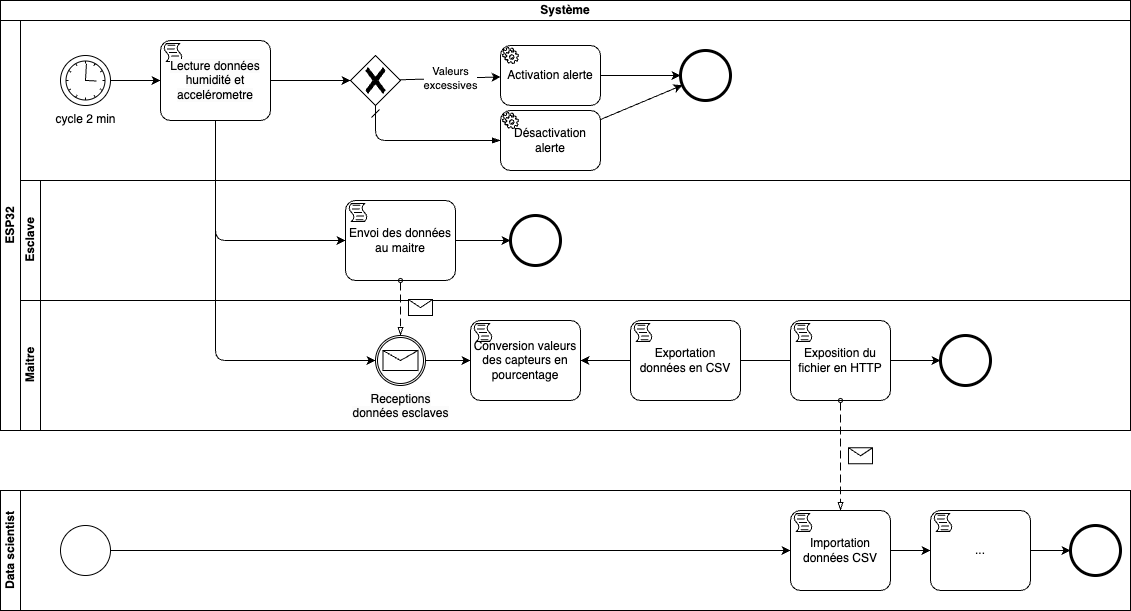
Earlier version of the draw.io export docs/bpmn.png (Nicolas-Delahaie/ynov-hackathon). Source tidied: cells renumbered, new cells last; positions are measured from the earlier drawing's top-left corner, leaving out a move shared by most shapes. Its diagram source:
```xml
<mxGraphModel>
  <root>
    <mxCell id="0" />
    <mxCell id="1" parent="0" />
    <mxCell id="2" value="Système" style="swimlane;html=1;horizontal=1;startSize=20;whiteSpace=wrap;" parent="1" vertex="1">
      <mxGeometry width="1130" height="430" as="geometry" />
    </mxCell>
    <mxCell id="3" value="ESP32" style="swimlane;startSize=20;horizontal=0;html=1;whiteSpace=wrap;" parent="2" vertex="1">
      <mxGeometry y="20" width="1130" height="410" as="geometry" />
    </mxCell>
    <mxCell id="4" value="Maitre" style="swimlane;html=1;startSize=20;horizontal=0;" parent="3" vertex="1">
      <mxGeometry x="20" y="280" width="1110" height="130" as="geometry" />
    </mxCell>
    <mxCell id="5" style="edgeStyle=none;html=1;startArrow=none;" parent="4" edge="1" source="15">
      <mxGeometry relative="1" as="geometry">
        <mxPoint x="656" y="60" as="targetPoint" />
      </mxGeometry>
    </mxCell>
    <mxCell id="6" style="edgeStyle=none;html=1;" parent="4" edge="1" source="9" target="10">
      <mxGeometry relative="1" as="geometry" />
    </mxCell>
    <mxCell id="7" style="points=[[0.145,0.145,0],[0.5,0,0],[0.855,0.145,0],[1,0.5,0],[0.855,0.855,0],[0.5,1,0],[0.145,0.855,0],[0,0.5,0]];shape=mxgraph.bpmn.event;html=1;verticalLabelPosition=bottom;labelBackgroundColor=#ffffff;verticalAlign=top;align=center;perimeter=ellipsePerimeter;outlineConnect=0;outline=end;symbol=terminate2;" parent="4" vertex="1">
      <mxGeometry x="920" y="35" width="50" height="50" as="geometry" />
    </mxCell>
    <mxCell id="8" style="edgeStyle=none;html=1;startArrow=none;" parent="4" edge="1" source="12" target="7">
      <mxGeometry relative="1" as="geometry" />
    </mxCell>
    <mxCell id="9" value="&lt;span style=&quot;background-color: rgb(251, 251, 251);&quot;&gt;Receptions &lt;br&gt;données esclaves&lt;/span&gt;" style="points=[[0.145,0.145,0],[0.5,0,0],[0.855,0.145,0],[1,0.5,0],[0.855,0.855,0],[0.5,1,0],[0.145,0.855,0],[0,0.5,0]];shape=mxgraph.bpmn.event;html=1;verticalLabelPosition=bottom;labelBackgroundColor=#ffffff;verticalAlign=top;align=center;perimeter=ellipsePerimeter;outlineConnect=0;outline=catching;symbol=message;" parent="4" vertex="1">
      <mxGeometry x="355" y="35" width="50" height="50" as="geometry" />
    </mxCell>
    <mxCell id="10" value="Conversion valeurs des capteurs en pourcentage" style="points=[[0.25,0,0],[0.5,0,0],[0.75,0,0],[1,0.25,0],[1,0.5,0],[1,0.75,0],[0.75,1,0],[0.5,1,0],[0.25,1,0],[0,0.75,0],[0,0.5,0],[0,0.25,0]];shape=mxgraph.bpmn.task;whiteSpace=wrap;rectStyle=rounded;size=10;html=1;taskMarker=script;" parent="4" vertex="1">
      <mxGeometry x="450" y="20" width="110" height="80" as="geometry" />
    </mxCell>
    <mxCell id="11" style="edgeStyle=none;html=1;" parent="4" edge="1" source="15" target="10">
      <mxGeometry relative="1" as="geometry" />
    </mxCell>
    <mxCell id="12" value="Exposition du fichier en HTTP" style="points=[[0.25,0,0],[0.5,0,0],[0.75,0,0],[1,0.25,0],[1,0.5,0],[1,0.75,0],[0.75,1,0],[0.5,1,0],[0.25,1,0],[0,0.75,0],[0,0.5,0],[0,0.25,0]];shape=mxgraph.bpmn.task;whiteSpace=wrap;rectStyle=rounded;size=10;html=1;taskMarker=script;" parent="4" vertex="1">
      <mxGeometry x="770" y="20" width="100" height="80" as="geometry" />
    </mxCell>
    <mxCell id="13" style="edgeStyle=none;html=1;endArrow=none;" parent="4" edge="1" source="15" target="12">
      <mxGeometry relative="1" as="geometry" />
    </mxCell>
    <mxCell id="14" style="edgeStyle=none;html=1;endArrow=none;" parent="4" edge="1" source="10" target="15">
      <mxGeometry relative="1" as="geometry" />
    </mxCell>
    <mxCell id="15" value="Exportation données en CSV" style="points=[[0.25,0,0],[0.5,0,0],[0.75,0,0],[1,0.25,0],[1,0.5,0],[1,0.75,0],[0.75,1,0],[0.5,1,0],[0.25,1,0],[0,0.75,0],[0,0.5,0],[0,0.25,0]];shape=mxgraph.bpmn.task;whiteSpace=wrap;rectStyle=rounded;size=10;html=1;taskMarker=script;" parent="4" vertex="1">
      <mxGeometry x="610" y="20" width="110" height="80" as="geometry" />
    </mxCell>
    <mxCell id="16" value="Esclave" style="swimlane;html=1;startSize=20;horizontal=0;" parent="3" vertex="1">
      <mxGeometry x="20" y="160" width="1110" height="120" as="geometry" />
    </mxCell>
    <mxCell id="17" style="edgeStyle=none;html=1;" parent="16" edge="1" source="19" target="18">
      <mxGeometry relative="1" as="geometry" />
    </mxCell>
    <mxCell id="18" style="points=[[0.145,0.145,0],[0.5,0,0],[0.855,0.145,0],[1,0.5,0],[0.855,0.855,0],[0.5,1,0],[0.145,0.855,0],[0,0.5,0]];shape=mxgraph.bpmn.event;html=1;verticalLabelPosition=bottom;labelBackgroundColor=#ffffff;verticalAlign=top;align=center;perimeter=ellipsePerimeter;outlineConnect=0;outline=end;symbol=terminate2;" parent="16" vertex="1">
      <mxGeometry x="490" y="35" width="50" height="50" as="geometry" />
    </mxCell>
    <mxCell id="19" value="Envoi des données au maitre" style="points=[[0.25,0,0],[0.5,0,0],[0.75,0,0],[1,0.25,0],[1,0.5,0],[1,0.75,0],[0.75,1,0],[0.5,1,0],[0.25,1,0],[0,0.75,0],[0,0.5,0],[0,0.25,0]];shape=mxgraph.bpmn.task;whiteSpace=wrap;rectStyle=rounded;size=10;html=1;taskMarker=script;" parent="16" vertex="1">
      <mxGeometry x="325" y="20" width="110" height="80" as="geometry" />
    </mxCell>
    <mxCell id="20" style="endArrow=blockThin;html=1;labelPosition=left;verticalLabelPosition=middle;align=right;verticalAlign=middle;dashed=1;dashPattern=8 4;endFill=0;startArrow=oval;startFill=0;endSize=6;startSize=4;" parent="3" edge="1" source="19" target="9">
      <mxGeometry relative="1" as="geometry" />
    </mxCell>
    <mxCell id="21" style="shape=message;html=1;labelPosition=left;verticalLabelPosition=middle;align=right;verticalAlign=middle;spacingRight=5;labelBackgroundColor=#ffffff;" parent="20" vertex="1">
      <mxGeometry width="24" height="16" relative="1" as="geometry">
        <mxPoint x="8" y="-8" as="offset" />
      </mxGeometry>
    </mxCell>
    <mxCell id="22" value="cycle 2 min" style="points=[[0.145,0.145,0],[0.5,0,0],[0.855,0.145,0],[1,0.5,0],[0.855,0.855,0],[0.5,1,0],[0.145,0.855,0],[0,0.5,0]];shape=mxgraph.bpmn.event;html=1;verticalLabelPosition=bottom;labelBackgroundColor=#ffffff;verticalAlign=top;align=center;perimeter=ellipsePerimeter;outlineConnect=0;outline=standard;symbol=timer;" parent="3" vertex="1">
      <mxGeometry x="60" y="35" width="50" height="50" as="geometry" />
    </mxCell>
    <mxCell id="23" style="edgeStyle=none;html=1;" parent="3" edge="1" source="22" target="35">
      <mxGeometry relative="1" as="geometry" />
    </mxCell>
    <mxCell id="24" style="edgeStyle=none;html=1;" parent="3" edge="1" source="35" target="27">
      <mxGeometry relative="1" as="geometry" />
    </mxCell>
    <mxCell id="25" style="edgeStyle=none;html=1;" parent="3" edge="1" source="35" target="9">
      <mxGeometry relative="1" as="geometry">
        <Array as="points">
          <mxPoint x="215" y="340" />
        </Array>
      </mxGeometry>
    </mxCell>
    <mxCell id="26" style="edgeStyle=none;html=1;" parent="3" edge="1" source="35" target="19">
      <mxGeometry relative="1" as="geometry">
        <Array as="points">
          <mxPoint x="215" y="220" />
        </Array>
      </mxGeometry>
    </mxCell>
    <mxCell id="27" style="points=[[0.25,0.25,0],[0.5,0,0],[0.75,0.25,0],[1,0.5,0],[0.75,0.75,0],[0.5,1,0],[0.25,0.75,0],[0,0.5,0]];shape=mxgraph.bpmn.gateway2;html=1;verticalLabelPosition=bottom;labelBackgroundColor=#ffffff;verticalAlign=top;align=center;perimeter=rhombusPerimeter;outlineConnect=0;outline=none;symbol=none;gwType=exclusive;" parent="3" vertex="1">
      <mxGeometry x="350" y="35" width="50" height="50" as="geometry" />
    </mxCell>
    <mxCell id="28" style="points=[[0.145,0.145,0],[0.5,0,0],[0.855,0.145,0],[1,0.5,0],[0.855,0.855,0],[0.5,1,0],[0.145,0.855,0],[0,0.5,0]];shape=mxgraph.bpmn.event;html=1;verticalLabelPosition=bottom;labelBackgroundColor=#ffffff;verticalAlign=top;align=center;perimeter=ellipsePerimeter;outlineConnect=0;outline=end;symbol=terminate2;" parent="3" vertex="1">
      <mxGeometry x="680" y="30" width="50" height="50" as="geometry" />
    </mxCell>
    <mxCell id="29" style="edgeStyle=none;html=1;" parent="3" edge="1" source="30" target="28">
      <mxGeometry relative="1" as="geometry" />
    </mxCell>
    <mxCell id="30" value="Activation alerte" style="points=[[0.25,0,0],[0.5,0,0],[0.75,0,0],[1,0.25,0],[1,0.5,0],[1,0.75,0],[0.75,1,0],[0.5,1,0],[0.25,1,0],[0,0.75,0],[0,0.5,0],[0,0.25,0]];shape=mxgraph.bpmn.task;whiteSpace=wrap;rectStyle=rounded;size=10;html=1;taskMarker=service;" parent="3" vertex="1">
      <mxGeometry x="500" y="25" width="100" height="60" as="geometry" />
    </mxCell>
    <mxCell id="31" value="Valeurs &lt;br&gt;excessives" style="edgeStyle=none;html=1;" parent="3" edge="1" source="27" target="30">
      <mxGeometry relative="1" as="geometry" />
    </mxCell>
    <mxCell id="32" style="edgeStyle=elbowEdgeStyle;fontSize=12;html=1;endArrow=blockThin;endFill=1;startArrow=dash;startFill=0;endSize=6;startSize=6;exitX=0.5;exitY=1;exitDx=0;exitDy=0;exitPerimeter=0;entryX=0;entryY=0.5;entryDx=0;entryDy=0;entryPerimeter=0;" parent="3" edge="1" source="27" target="34">
      <mxGeometry relative="1" as="geometry">
        <Array as="points">
          <mxPoint x="375" y="100" />
        </Array>
      </mxGeometry>
    </mxCell>
    <mxCell id="33" style="edgeStyle=none;html=1;" parent="3" edge="1" source="34" target="28">
      <mxGeometry relative="1" as="geometry" />
    </mxCell>
    <mxCell id="34" value="Désactivation alerte" style="points=[[0.25,0,0],[0.5,0,0],[0.75,0,0],[1,0.25,0],[1,0.5,0],[1,0.75,0],[0.75,1,0],[0.5,1,0],[0.25,1,0],[0,0.75,0],[0,0.5,0],[0,0.25,0]];shape=mxgraph.bpmn.task;whiteSpace=wrap;rectStyle=rounded;size=10;html=1;taskMarker=service;" parent="3" vertex="1">
      <mxGeometry x="500" y="90" width="100" height="60" as="geometry" />
    </mxCell>
    <mxCell id="35" value="&lt;meta charset=&quot;utf-8&quot;&gt;&lt;span style=&quot;color: rgb(0, 0, 0); font-family: Helvetica; font-size: 12px; font-style: normal; font-variant-ligatures: normal; font-variant-caps: normal; font-weight: 400; letter-spacing: normal; orphans: 2; text-align: center; text-indent: 0px; text-transform: none; widows: 2; word-spacing: 0px; -webkit-text-stroke-width: 0px; background-color: rgb(251, 251, 251); text-decoration-thickness: initial; text-decoration-style: initial; text-decoration-color: initial; float: none; display: inline !important;&quot;&gt;Lecture données humidité et accelérometre&lt;/span&gt;" style="points=[[0.25,0,0],[0.5,0,0],[0.75,0,0],[1,0.25,0],[1,0.5,0],[1,0.75,0],[0.75,1,0],[0.5,1,0],[0.25,1,0],[0,0.75,0],[0,0.5,0],[0,0.25,0]];shape=mxgraph.bpmn.task;whiteSpace=wrap;rectStyle=rounded;size=10;html=1;taskMarker=script;" parent="3" vertex="1">
      <mxGeometry x="160" y="20" width="110" height="80" as="geometry" />
    </mxCell>
    <mxCell id="36" value="Data scientist" style="swimlane;startSize=20;horizontal=0;html=1;whiteSpace=wrap;" parent="1" vertex="1">
      <mxGeometry y="490" width="1130" height="120" as="geometry" />
    </mxCell>
    <mxCell id="37" style="edgeStyle=none;html=1;" parent="36" edge="1" source="38" target="40">
      <mxGeometry relative="1" as="geometry" />
    </mxCell>
    <mxCell id="38" style="points=[[0.145,0.145,0],[0.5,0,0],[0.855,0.145,0],[1,0.5,0],[0.855,0.855,0],[0.5,1,0],[0.145,0.855,0],[0,0.5,0]];shape=mxgraph.bpmn.event;html=1;verticalLabelPosition=bottom;labelBackgroundColor=#ffffff;verticalAlign=top;align=center;perimeter=ellipsePerimeter;outlineConnect=0;outline=standard;symbol=general;" parent="36" vertex="1">
      <mxGeometry x="60" y="35" width="50" height="50" as="geometry" />
    </mxCell>
    <mxCell id="39" style="edgeStyle=none;html=1;" parent="36" edge="1" source="40" target="42">
      <mxGeometry relative="1" as="geometry" />
    </mxCell>
    <mxCell id="40" value="Importation données CSV" style="points=[[0.25,0,0],[0.5,0,0],[0.75,0,0],[1,0.25,0],[1,0.5,0],[1,0.75,0],[0.75,1,0],[0.5,1,0],[0.25,1,0],[0,0.75,0],[0,0.5,0],[0,0.25,0]];shape=mxgraph.bpmn.task;whiteSpace=wrap;rectStyle=rounded;size=10;html=1;taskMarker=script;" parent="36" vertex="1">
      <mxGeometry x="790" y="20" width="100" height="80" as="geometry" />
    </mxCell>
    <mxCell id="41" style="edgeStyle=none;html=1;" parent="36" edge="1" source="42" target="43">
      <mxGeometry relative="1" as="geometry" />
    </mxCell>
    <mxCell id="42" value="..." style="points=[[0.25,0,0],[0.5,0,0],[0.75,0,0],[1,0.25,0],[1,0.5,0],[1,0.75,0],[0.75,1,0],[0.5,1,0],[0.25,1,0],[0,0.75,0],[0,0.5,0],[0,0.25,0]];shape=mxgraph.bpmn.task;whiteSpace=wrap;rectStyle=rounded;size=10;html=1;taskMarker=script;" parent="36" vertex="1">
      <mxGeometry x="930" y="20" width="100" height="80" as="geometry" />
    </mxCell>
    <mxCell id="43" style="points=[[0.145,0.145,0],[0.5,0,0],[0.855,0.145,0],[1,0.5,0],[0.855,0.855,0],[0.5,1,0],[0.145,0.855,0],[0,0.5,0]];shape=mxgraph.bpmn.event;html=1;verticalLabelPosition=bottom;labelBackgroundColor=#ffffff;verticalAlign=top;align=center;perimeter=ellipsePerimeter;outlineConnect=0;outline=end;symbol=terminate2;" parent="36" vertex="1">
      <mxGeometry x="1070" y="35" width="50" height="50" as="geometry" />
    </mxCell>
    <mxCell id="44" style="endArrow=blockThin;html=1;labelPosition=left;verticalLabelPosition=middle;align=right;verticalAlign=middle;dashed=1;dashPattern=8 4;endFill=0;startArrow=oval;startFill=0;endSize=6;startSize=4;" parent="1" edge="1" source="12" target="40">
      <mxGeometry relative="1" as="geometry" />
    </mxCell>
    <mxCell id="45" style="shape=message;html=1;labelPosition=left;verticalLabelPosition=middle;align=right;verticalAlign=middle;spacingRight=5;labelBackgroundColor=#ffffff;" parent="44" vertex="1">
      <mxGeometry width="24" height="16" relative="1" as="geometry">
        <mxPoint x="8" y="-8" as="offset" />
      </mxGeometry>
    </mxCell>
  </root>
</mxGraphModel>
```
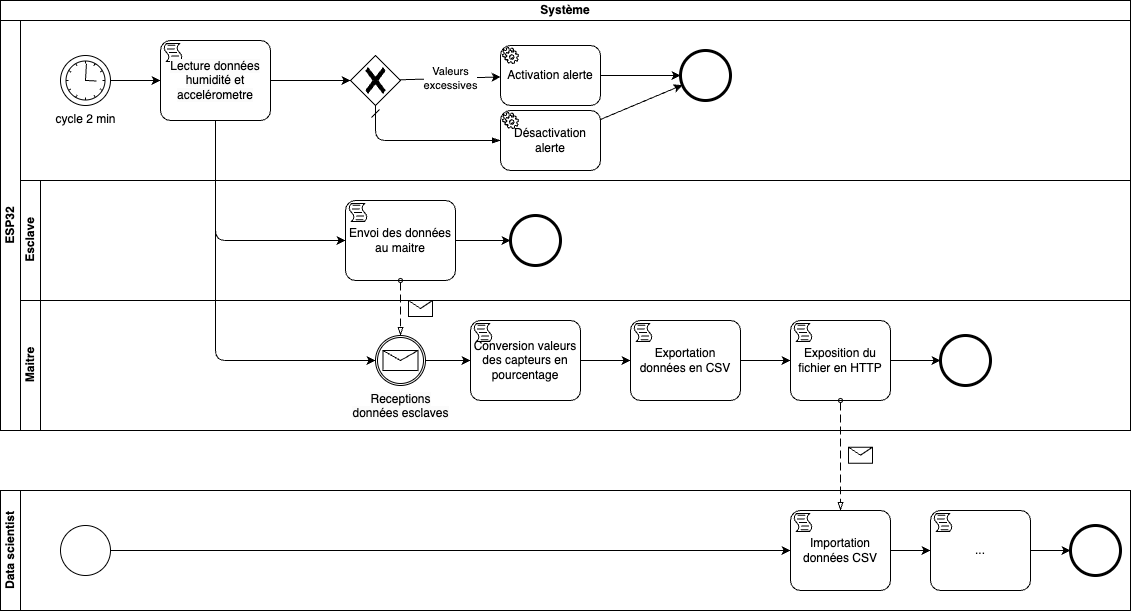
The same diagram one commit later.

Commit message:
BPMN : Correction flèches + fonds

Diff of the diagram source:
```diff
@@ -1,4 +1,4 @@
-<mxGraphModel>
+<mxGraphModel background="#FFFFFF">
   <root>
     <mxCell id="0" />
     <mxCell id="1" parent="0" />
@@ -31,18 +31,15 @@
     <mxCell id="10" value="Conversion valeurs des capteurs en pourcentage" style="points=[[0.25,0,0],[0.5,0,0],[0.75,0,0],[1,0.25,0],[1,0.5,0],[1,0.75,0],[0.75,1,0],[0.5,1,0],[0.25,1,0],[0,0.75,0],[0,0.5,0],[0,0.25,0]];shape=mxgraph.bpmn.task;whiteSpace=wrap;rectStyle=rounded;size=10;html=1;taskMarker=script;" parent="4" vertex="1">
       <mxGeometry x="450" y="20" width="110" height="80" as="geometry" />
     </mxCell>
-    <mxCell id="11" style="edgeStyle=none;html=1;" parent="4" edge="1" source="15" target="10">
+    <mxCell id="11" style="edgeStyle=none;html=1;" parent="4" edge="1" source="10" target="15">
       <mxGeometry relative="1" as="geometry" />
     </mxCell>
     <mxCell id="12" value="Exposition du fichier en HTTP" style="points=[[0.25,0,0],[0.5,0,0],[0.75,0,0],[1,0.25,0],[1,0.5,0],[1,0.75,0],[0.75,1,0],[0.5,1,0],[0.25,1,0],[0,0.75,0],[0,0.5,0],[0,0.25,0]];shape=mxgraph.bpmn.task;whiteSpace=wrap;rectStyle=rounded;size=10;html=1;taskMarker=script;" parent="4" vertex="1">
       <mxGeometry x="770" y="20" width="100" height="80" as="geometry" />
     </mxCell>
-    <mxCell id="13" style="edgeStyle=none;html=1;endArrow=none;" parent="4" edge="1" source="15" target="12">
+    <mxCell id="13" style="edgeStyle=none;html=1;" parent="4" edge="1" source="15" target="12">
       <mxGeometry relative="1" as="geometry" />
     </mxCell>
-    <mxCell id="14" style="edgeStyle=none;html=1;endArrow=none;" parent="4" edge="1" source="10" target="15">
-      <mxGeometry relative="1" as="geometry" />
-    </mxCell>
     <mxCell id="15" value="Exportation données en CSV" style="points=[[0.25,0,0],[0.5,0,0],[0.75,0,0],[1,0.25,0],[1,0.5,0],[1,0.75,0],[0.75,1,0],[0.5,1,0],[0.25,1,0],[0,0.75,0],[0,0.5,0],[0,0.25,0]];shape=mxgraph.bpmn.task;whiteSpace=wrap;rectStyle=rounded;size=10;html=1;taskMarker=script;" parent="4" vertex="1">
       <mxGeometry x="610" y="20" width="110" height="80" as="geometry" />
     </mxCell>
```
